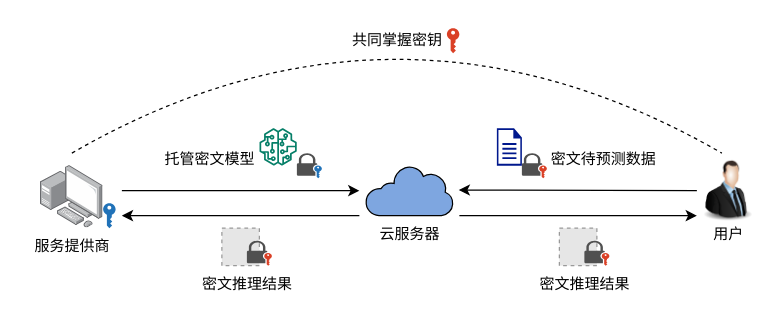
This is figures/系统模型新新.drawio from mokatto/drawio, a draw.io file, before an edit. Source tidied: cells renumbered, new cells numbered last; positions are measured from the earlier drawing's top-left corner, leaving out a move shared by most shapes. Both pictures are drawn from the tidied source at 125%, with x=0, y=0 at pixel (21, -35). Pictures stored in the file or linked from it are replaced by grey dashed boxes.
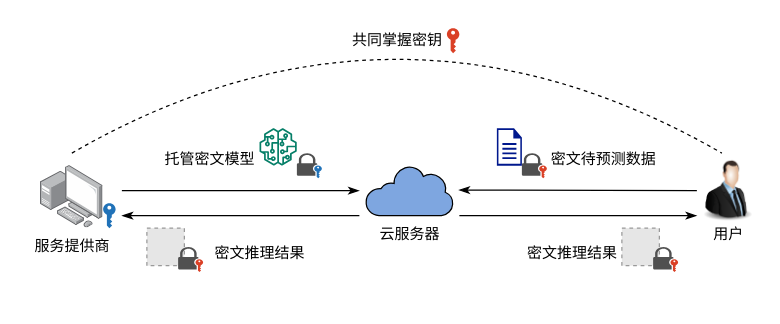
Above is the later version.

Commit message:
更新系统模型新新.drawio

Unchanged cells that the change refers to:
```xml
<mxCell id="15" style="sketch=0;shadow=0;dashed=0;html=1;labelPosition=center;verticalLabelPosition=bottom;verticalAlign=top;align=center;shape=mxgraph.mscae.enterprise.internet;fillColor=#7EA6E0;" parent="1" vertex="1">
  <mxGeometry x="275" y="160" width="70" height="40" as="geometry" />
</mxCell>
```

What changed in the source:
```diff
@@
-    <mxCell id="2" style="orthogonalLoop=1;jettySize=auto;html=1;endFill=1;" parent="1" edge="1">
+    <mxCell id="2" style="orthogonalLoop=1;jettySize=auto;html=1;endFill=1;endArrow=classicThin;" parent="1" edge="1">
       <mxGeometry relative="1" as="geometry">
         <mxPoint x="350" y="200" as="sourcePoint" />
         <mxPoint x="540" y="200" as="targetPoint" />
       </mxGeometry>
     </mxCell>
@@
-    <mxCell id="4" style="endArrow=classic;html=1;rounded=0;" parent="1" edge="1">
+    <mxCell id="4" style="endArrow=classicThin;html=1;rounded=0;endFill=1;" parent="1" edge="1">
       <mxGeometry relative="1" as="geometry">
         <mxPoint x="80" y="180" as="sourcePoint" />
         <mxPoint x="270" y="180" as="targetPoint" />
       </mxGeometry>
     </mxCell>
@@
-    <mxCell id="6" style="endArrow=classic;html=1;rounded=0;entryX=1.064;entryY=0.488;entryDx=0;entryDy=0;entryPerimeter=0;" parent="1" edge="1" target="15">
+    <mxCell id="6" style="endArrow=classicThin;html=1;rounded=0;entryX=1.064;entryY=0.488;entryDx=0;entryDy=0;entryPerimeter=0;endFill=1;" parent="1" edge="1" target="15">
       <mxGeometry relative="1" as="geometry">
         <mxPoint x="540" y="180" as="sourcePoint" />
       </mxGeometry>
     </mxCell>
@@
     <mxCell id="8" value="密文推理结果" style="text;html=1;align=center;verticalAlign=middle;strokeColor=none;fillColor=none;" parent="1" vertex="1">
-      <mxGeometry x="130" y="240" width="100" height="30" as="geometry" />
+      <mxGeometry x="140" y="215" width="100" height="30" as="geometry" />
     </mxCell>
@@
-    <mxCell id="12" style="group;" parent="1" vertex="1">
-      <mxGeometry x="170" y="200" width="50" height="40" as="geometry" />
-    </mxCell>
-    <mxCell id="13" style="fillColor=#E6E6E6;strokeColor=#999999;dashed=1;html=1;verticalAlign=top;verticalLabelPosition=bottom;labelBackgroundColor=#ffffff;" parent="12" vertex="1">
-      <mxGeometry x="-10" y="10" width="30" height="30" as="geometry" />
-    </mxCell>
-    <mxCell id="14" style="sketch=0;shadow=0;dashed=0;html=1;strokeColor=none;fillColor=#505050;labelPosition=center;verticalLabelPosition=bottom;verticalAlign=top;align=center;shape=mxgraph.office.security.lock_with_key_security_orange;" parent="12" vertex="1">
-      <mxGeometry x="10" y="20" width="20" height="20" as="geometry" />
-    </mxCell>
@@
-    <mxCell id="23" style="orthogonalLoop=1;jettySize=auto;html=1;endFill=1;" parent="1" edge="1">
+    <mxCell id="23" style="orthogonalLoop=1;jettySize=auto;html=1;endFill=1;endArrow=classicThin;" parent="1" edge="1">
       <mxGeometry relative="1" as="geometry">
         <mxPoint x="270" y="200" as="sourcePoint" />
         <mxPoint x="80" y="200" as="targetPoint" />
       </mxGeometry>
     </mxCell>
@@
-    <mxCell id="28" style="fillColor=#E6E6E6;strokeColor=#999999;dashed=1;html=1;verticalAlign=top;verticalLabelPosition=bottom;labelBackgroundColor=#ffffff;" parent="1" vertex="1">
-      <mxGeometry x="430" y="210" width="30" height="30" as="geometry" />
-    </mxCell>
-    <mxCell id="29" style="sketch=0;shadow=0;dashed=0;html=1;strokeColor=none;fillColor=#505050;labelPosition=center;verticalLabelPosition=bottom;verticalAlign=top;align=center;shape=mxgraph.office.security.lock_with_key_security_orange;" parent="1" vertex="1">
-      <mxGeometry x="450" y="220" width="20" height="20" as="geometry" />
-    </mxCell>
     <mxCell id="30" value="密文推理结果" style="text;html=1;align=center;verticalAlign=middle;strokeColor=none;fillColor=none;" parent="1" vertex="1">
-      <mxGeometry x="400" y="240" width="100" height="30" as="geometry" />
+      <mxGeometry x="390" y="215" width="100" height="30" as="geometry" />
     </mxCell>
@@
+    <mxCell id="34" style="group;" parent="1" vertex="1">
+      <mxGeometry x="480" y="210" width="45" height="35" as="geometry" />
+    </mxCell>
+    <mxCell id="28" style="fillColor=#E6E6E6;strokeColor=#999999;dashed=1;html=1;verticalAlign=top;verticalLabelPosition=bottom;labelBackgroundColor=#ffffff;" parent="34" vertex="1">
+      <mxGeometry width="30" height="30" as="geometry" />
+    </mxCell>
+    <mxCell id="29" style="sketch=0;shadow=0;dashed=0;html=1;strokeColor=none;fillColor=#505050;labelPosition=center;verticalLabelPosition=bottom;verticalAlign=top;align=center;shape=mxgraph.office.security.lock_with_key_security_orange;" parent="34" vertex="1">
+      <mxGeometry x="25" y="15" width="20" height="20" as="geometry" />
+    </mxCell>
+    <mxCell id="35" style="group;" parent="1" vertex="1">
+      <mxGeometry x="100" y="210" width="45" height="35" as="geometry" />
+    </mxCell>
+    <mxCell id="36" style="fillColor=#E6E6E6;strokeColor=#999999;dashed=1;html=1;verticalAlign=top;verticalLabelPosition=bottom;labelBackgroundColor=#ffffff;" parent="35" vertex="1">
+      <mxGeometry width="30" height="30" as="geometry" />
+    </mxCell>
+    <mxCell id="37" style="sketch=0;shadow=0;dashed=0;html=1;strokeColor=none;fillColor=#505050;labelPosition=center;verticalLabelPosition=bottom;verticalAlign=top;align=center;shape=mxgraph.office.security.lock_with_key_security_orange;" parent="35" vertex="1">
+      <mxGeometry x="25" y="15" width="20" height="20" as="geometry" />
+    </mxCell>
```
